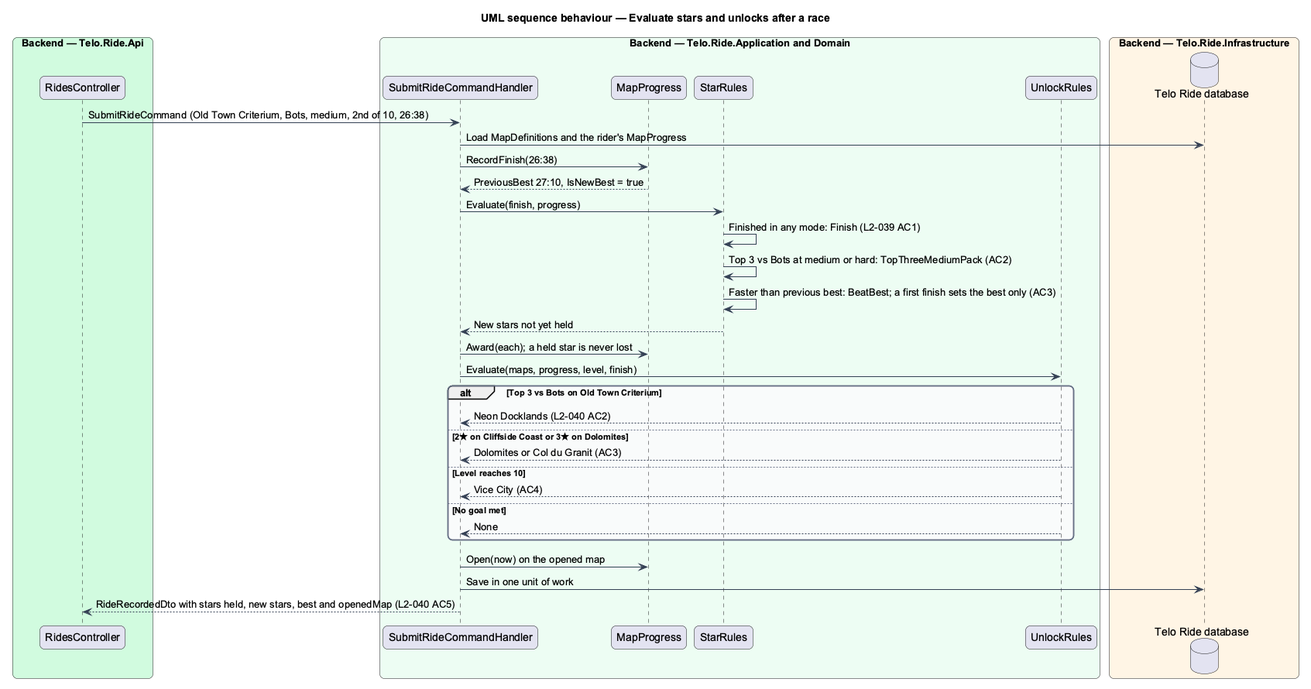
QuinntyneBrown/ride-one keeps this PlantUML diagram as docs/detailed-designs/progression/earn-stars-and-unlock-maps/diagrams/sequence-evaluate-stars-and-unlocks.png. Above is the earlier version. Its diagram source:
```plantuml
@startuml
title UML sequence behaviour — Evaluate stars and unlocks after a race
skinparam backgroundColor #FFFFFF
skinparam shadowing false
skinparam roundcorner 12
skinparam defaultFontName Arial
skinparam ArrowColor #344054
skinparam rectangle {
  BorderColor #344054
  FontColor #101828
}
skinparam package {
  BorderColor #667085
  FontColor #101828
  BackgroundColor #F9FAFB
}
box "Backend — Telo.Ride.Api" #D1FADF
  participant "RidesController" as ctrl
end box
box "Backend — Telo.Ride.Application and Domain" #ECFDF3
  participant "SubmitRideCommandHandler" as handler
  participant "MapProgress" as mp
  participant "StarRules" as stars
  participant "UnlockRules" as unlocks
end box
box "Backend — Telo.Ride.Infrastructure" #FFF4E5
  database "Telo Ride database" as db
end box
ctrl -> handler : SubmitRideCommand (Old Town Criterium, Bots, medium, 2nd of 10, 26:38)
handler -> db : Load MapDefinitions and the rider's MapProgress
handler -> mp : RecordFinish(26:38)
mp --> handler : PreviousBest 27:10, IsNewBest = true
handler -> stars : Evaluate(finish, progress)
stars -> stars : Finished in any mode: Finish (L2-039 AC1)
stars -> stars : Top 3 vs Bots at medium or hard: TopThreeMediumPack (AC2)
stars -> stars : Faster than previous best: BeatBest; a first finish sets the best only (AC3)
stars --> handler : New stars not yet held
handler -> mp : Award(each); a held star is never lost
handler -> unlocks : Evaluate(maps, progress, level, finish)
alt Top 3 vs Bots on Old Town Criterium
  unlocks --> handler : Neon Docklands (L2-040 AC2)
else 2★ on Cliffside Coast or 3★ on Dolomites
  unlocks --> handler : Dolomites or Col du Granit (AC3)
else Level reaches 10
  unlocks --> handler : Vice City (AC4)
else No goal met
  unlocks --> handler : None
end
handler -> mp : Open(now) on the opened map
handler -> db : Save in one unit of work
handler --> ctrl : RideRecordedDto with stars held, new stars, best and openedMap (L2-040 AC5)
@enduml
```
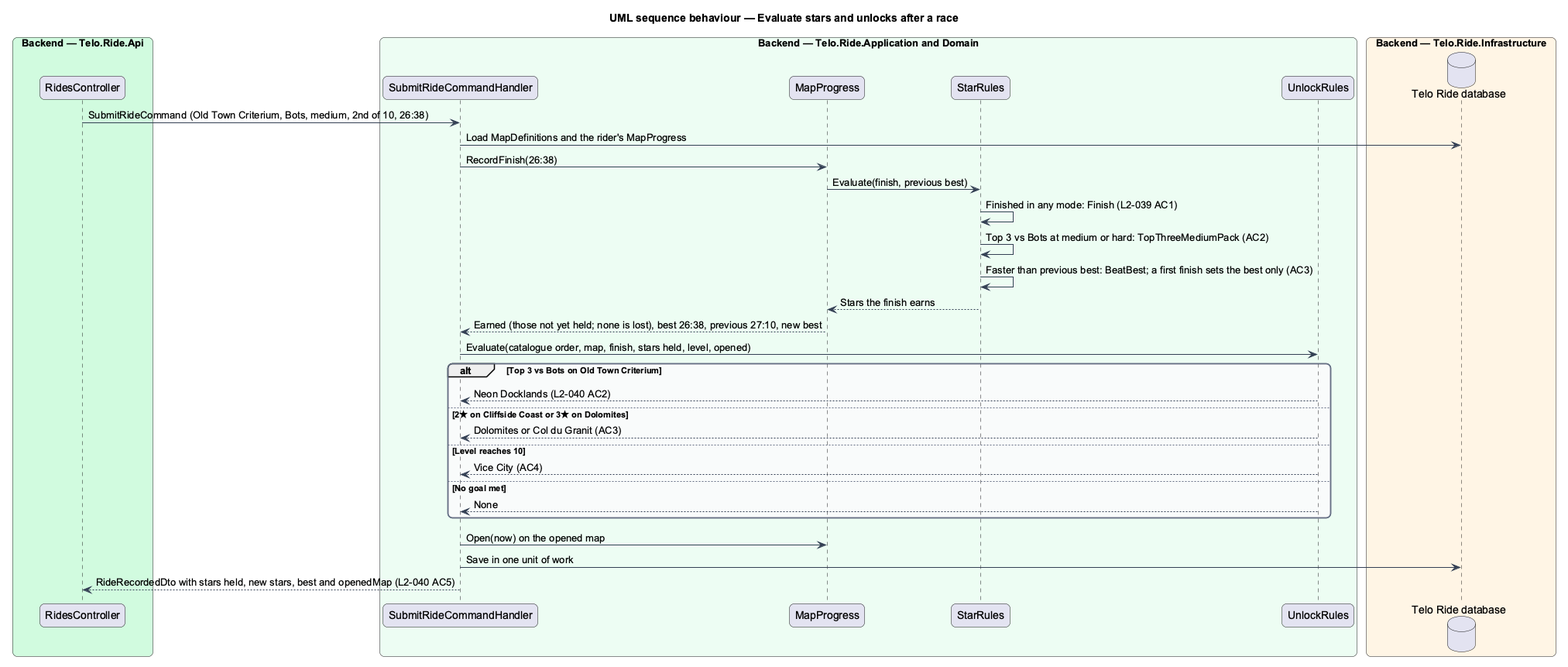
Later version of the same file.

Commit message:
Bring the stars and unlocks design in line with what was built

Diff of the diagram source:
```diff
@@ -29,14 +29,13 @@
 ctrl -> handler : SubmitRideCommand (Old Town Criterium, Bots, medium, 2nd of 10, 26:38)
 handler -> db : Load MapDefinitions and the rider's MapProgress
 handler -> mp : RecordFinish(26:38)
-mp --> handler : PreviousBest 27:10, IsNewBest = true
-handler -> stars : Evaluate(finish, progress)
+mp -> stars : Evaluate(finish, previous best)
 stars -> stars : Finished in any mode: Finish (L2-039 AC1)
 stars -> stars : Top 3 vs Bots at medium or hard: TopThreeMediumPack (AC2)
 stars -> stars : Faster than previous best: BeatBest; a first finish sets the best only (AC3)
-stars --> handler : New stars not yet held
-handler -> mp : Award(each); a held star is never lost
-handler -> unlocks : Evaluate(maps, progress, level, finish)
+stars --> mp : Stars the finish earns
+mp --> handler : Earned (those not yet held; none is lost), best 26:38, previous 27:10, new best
+handler -> unlocks : Evaluate(catalogue order, map, finish, stars held, level, opened)
 alt Top 3 vs Bots on Old Town Criterium
   unlocks --> handler : Neon Docklands (L2-040 AC2)
 else 2★ on Cliffside Coast or 3★ on Dolomites
```
